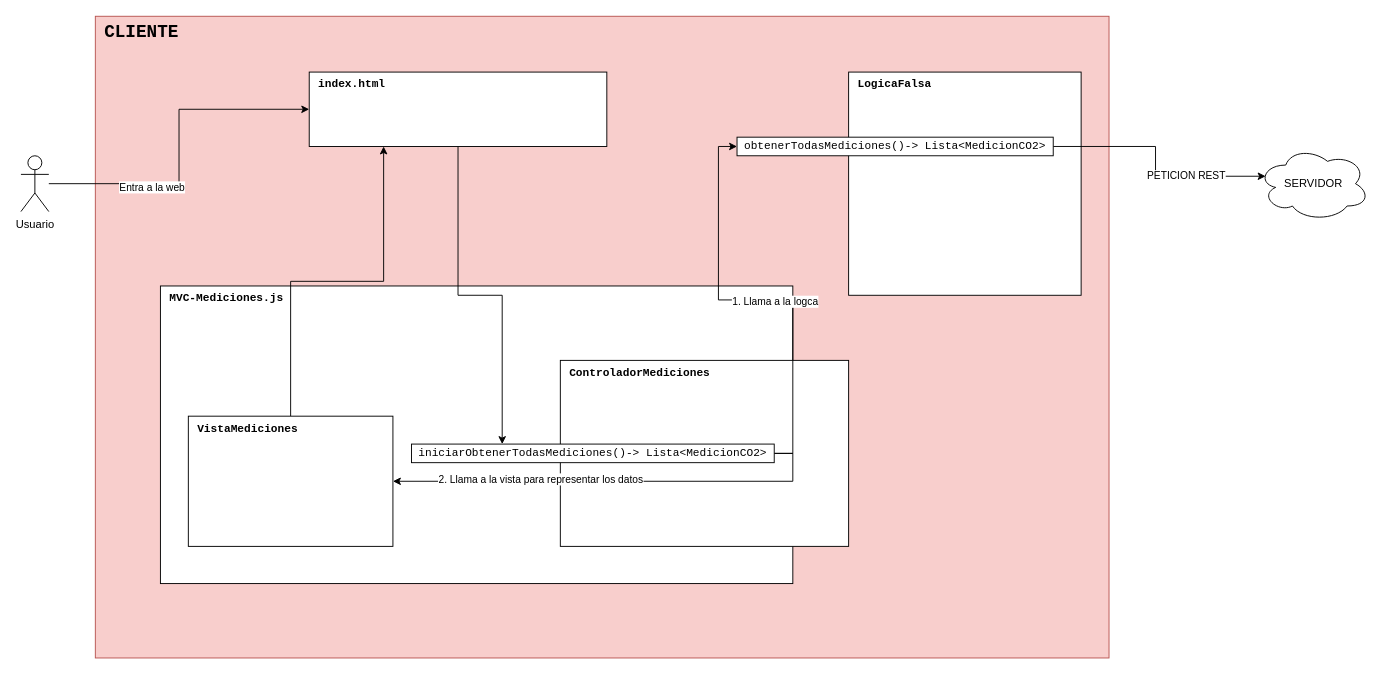
Earlier version of the draw.io diagram doc/DiagramaInteraccionListarMediciones_Cliente.drawio (GTI-3A-Pure-Life/Pure-Life-WebApp). Source tidied: cells renumbered, new cells numbered last; positions are measured from the earlier drawing's top-left corner, leaving out a move shared by most shapes. Both pictures are drawn from the tidied source at 93%, with x=0, y=0 at pixel (20, 16).
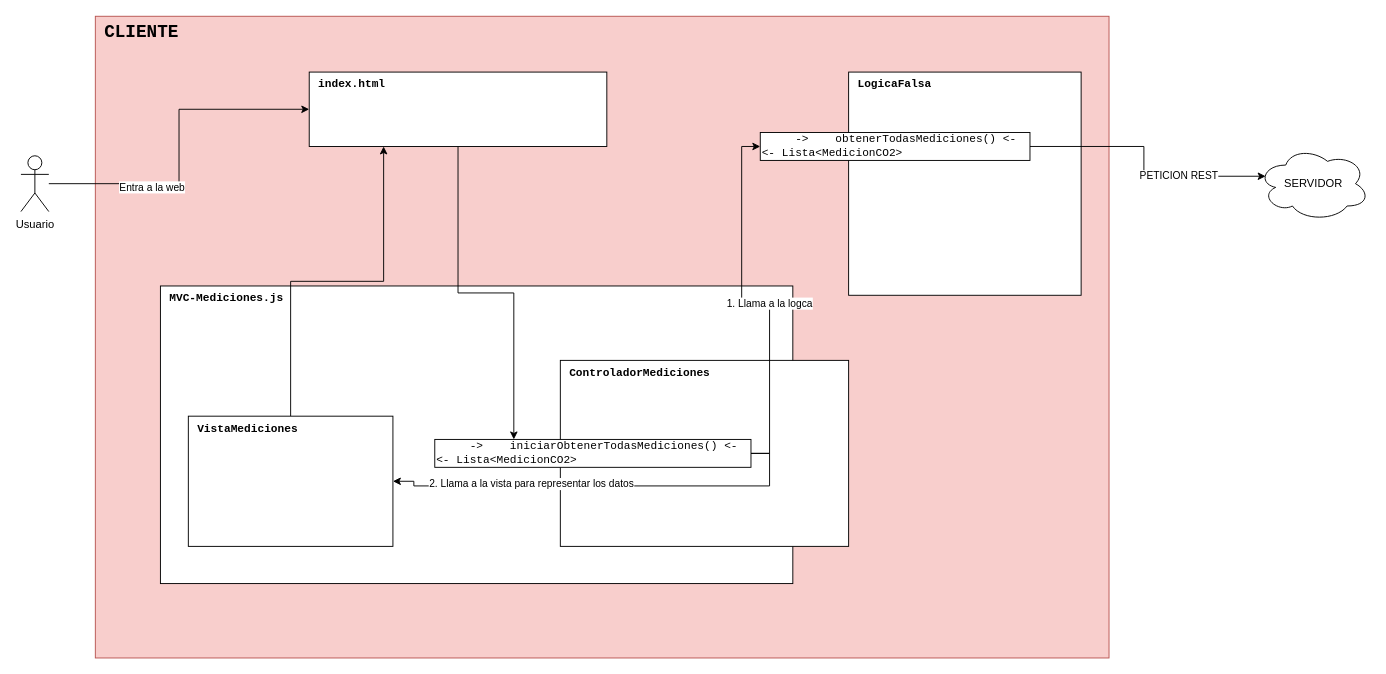
Above is the later version.

Change to the diagram source:
```diff
@@
-    <mxCell id="6" value="obtenerTodasMediciones()-&amp;gt; Lista&amp;lt;MedicionCO2&amp;gt;" style="rounded=0;whiteSpace=wrap;html=1;fontFamily=Courier New;" parent="1" vertex="1">
-      <mxGeometry x="770" y="130" width="340" height="20" as="geometry" />
+    <mxCell id="6" value="&amp;nbsp; &amp;nbsp; &amp;nbsp;-&amp;gt;&amp;nbsp; &amp;nbsp; obtenerTodasMediciones() &amp;lt;-&lt;br&gt;&lt;span style=&quot;text-align: center&quot;&gt;&amp;lt;- Lista&amp;lt;MedicionCO2&amp;gt;&lt;/span&gt;" style="rounded=0;whiteSpace=wrap;html=1;fontFamily=Courier New;align=left;" parent="1" vertex="1">
+      <mxGeometry x="795" y="125" width="290" height="30" as="geometry" />
     </mxCell>
@@
-    <mxCell id="15" value="iniciarObtenerTodasMediciones()-&amp;gt; Lista&amp;lt;MedicionCO2&amp;gt;" style="rounded=0;whiteSpace=wrap;html=1;fontFamily=Courier New;" parent="1" vertex="1">
-      <mxGeometry x="420" y="460" width="390" height="20" as="geometry" />
+    <mxCell id="15" value="&lt;span style=&quot;&quot;&gt;&amp;nbsp; &amp;nbsp; &amp;nbsp;-&amp;gt;&amp;nbsp; &amp;nbsp; iniciarObtenerTodasMediciones() &amp;lt;-&lt;/span&gt;&lt;br style=&quot;&quot;&gt;&amp;lt;- Lista&amp;lt;MedicionCO2&amp;gt;" style="rounded=0;whiteSpace=wrap;html=1;fontFamily=Courier New;align=left;" parent="1" vertex="1">
+      <mxGeometry x="445" y="455" width="340" height="30" as="geometry" />
     </mxCell>
```
